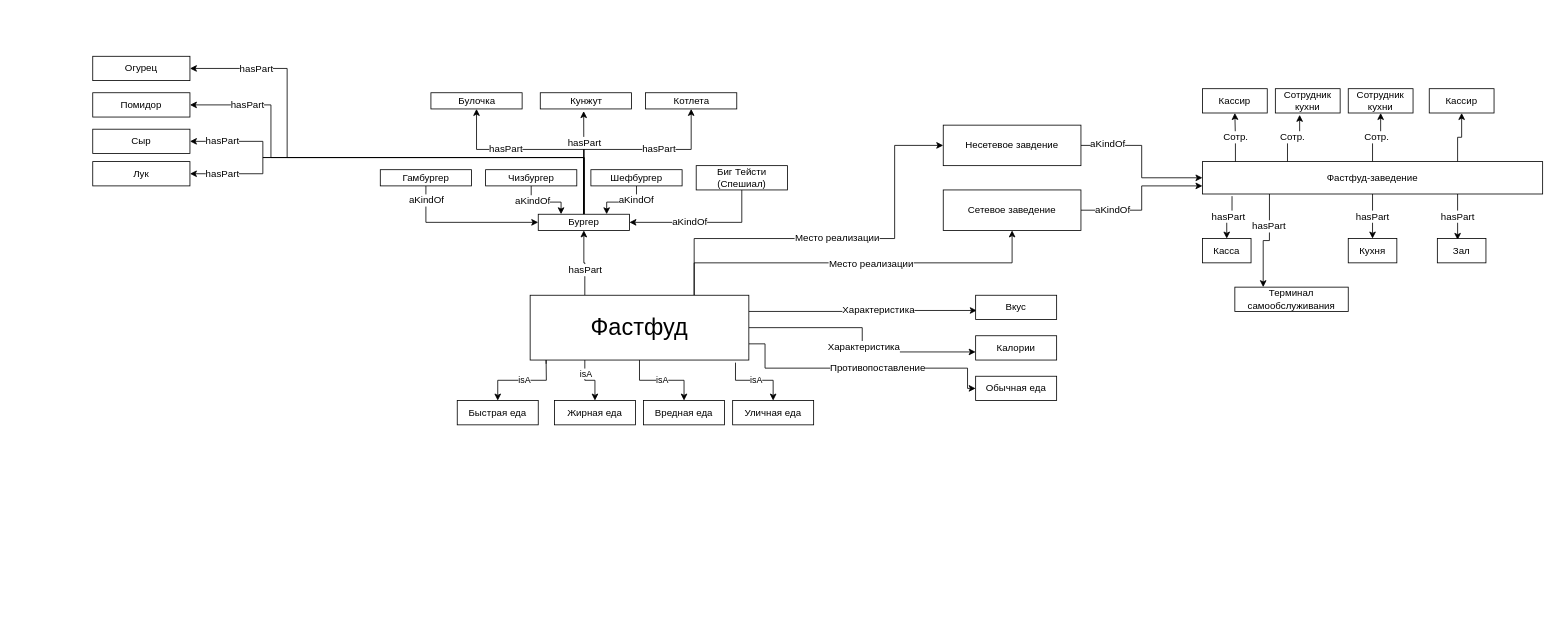
Earlier version of the draw.io diagram diagrams/Фастфуд - семантическая сеть.drawio (rusvlp/UML). Source tidied: cells renumbered, new cells numbered last; positions are measured from the earlier drawing's top-left corner, leaving out a move shared by most shapes. Both pictures are drawn from the tidied source at 81%, with x=0, y=0 at pixel (92, 56).
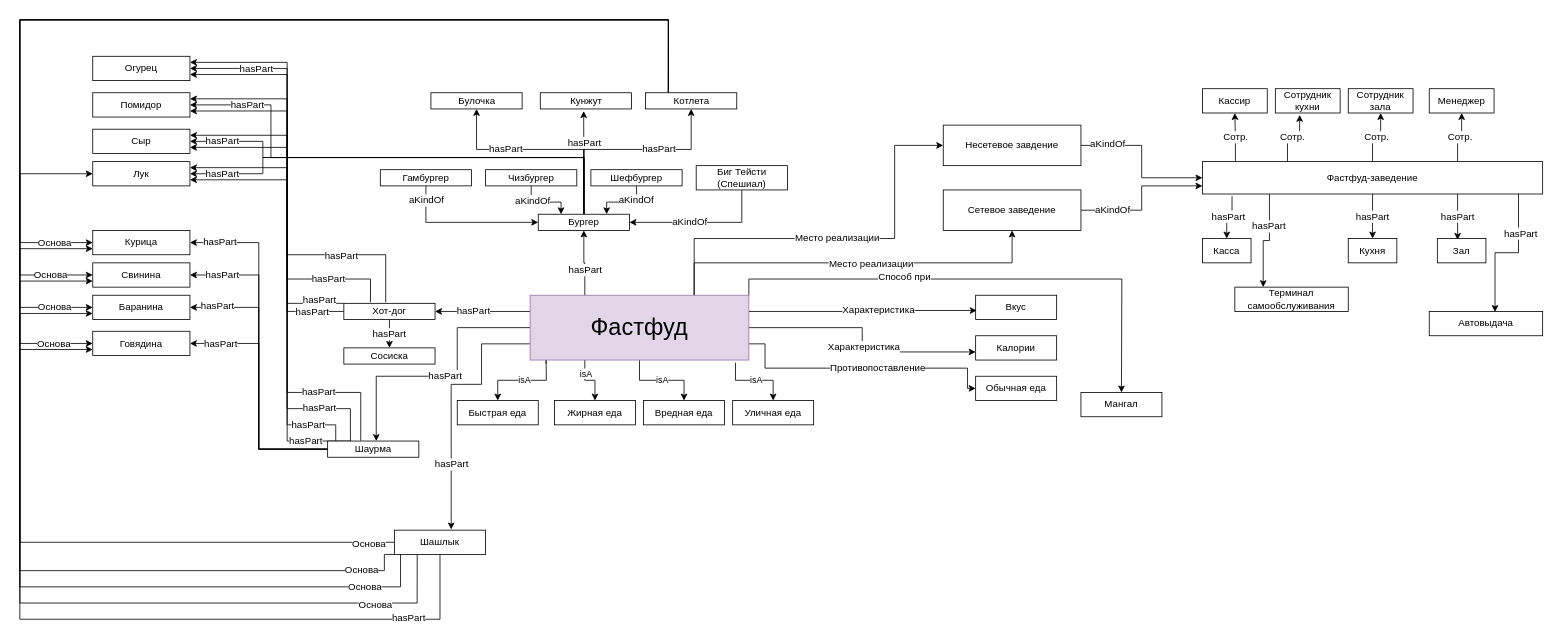
The same diagram, later.

The change refers to these unchanged cells:
```xml
<mxCell id="50" value="Котлета" style="rounded=0;whiteSpace=wrap;html=1;fontSize=12;" parent="1" vertex="1">
  <mxGeometry x="682.5" y="45" width="112.6" height="20" as="geometry" />
</mxCell>
<mxCell id="51" value="Огурец" style="rounded=0;whiteSpace=wrap;html=1;fontSize=12;" parent="1" vertex="1">
  <mxGeometry width="120" height="30" as="geometry" />
</mxCell>
<mxCell id="52" value="Помидор" style="rounded=0;whiteSpace=wrap;html=1;fontSize=12;" parent="1" vertex="1">
  <mxGeometry y="45" width="120" height="30" as="geometry" />
</mxCell>
<mxCell id="53" value="Сыр" style="rounded=0;whiteSpace=wrap;html=1;fontSize=12;" parent="1" vertex="1">
  <mxGeometry y="90" width="120" height="30" as="geometry" />
</mxCell>
<mxCell id="54" value="Лук" style="rounded=0;whiteSpace=wrap;html=1;fontSize=12;" parent="1" vertex="1">
  <mxGeometry y="130" width="120" height="30" as="geometry" />
</mxCell>
<mxCell id="69" value="Фастфуд-заведение" style="rounded=0;whiteSpace=wrap;html=1;fontSize=12;" parent="1" vertex="1">
  <mxGeometry x="1370" y="130" width="420" height="40" as="geometry" />
</mxCell>
```

Change to the diagram source:
```diff
@@
+    <mxCell id="78" style="edgeStyle=orthogonalEdgeStyle;rounded=0;jettySize=auto;html=1;exitX=0;exitY=0.25;exitDx=0;exitDy=0;fontSize=12;" parent="1" edge="1" source="18" target="101">
+      <mxGeometry relative="1" as="geometry" />
+    </mxCell>
+    <mxCell id="79" value="hasPart" style="edgeLabel;html=1;align=center;verticalAlign=middle;fontSize=12;" parent="78" vertex="1">
+      <mxGeometry x="0.21" y="-1" relative="1" as="geometry" />
+    </mxCell>
+    <mxCell id="80" value="hasPart" style="edgeStyle=orthogonalEdgeStyle;rounded=0;jettySize=auto;html=1;exitX=0;exitY=0.5;exitDx=0;exitDy=0;fontSize=12;" parent="1" edge="1" source="18" target="115">
+      <mxGeometry relative="1" as="geometry">
+        <Array as="points">
+          <mxPoint x="450" y="335" />
+          <mxPoint x="450" y="395" />
+          <mxPoint x="350" y="395" />
+        </Array>
+      </mxGeometry>
+    </mxCell>
+    <mxCell id="81" value="hasPart" style="edgeStyle=orthogonalEdgeStyle;rounded=0;jettySize=auto;html=1;exitX=0;exitY=0.75;exitDx=0;exitDy=0;fontSize=12;entryX=0.623;entryY=-0.027;entryDx=0;entryDy=0;entryPerimeter=0;" parent="1" edge="1" source="18" target="130">
+      <mxGeometry x="0.51" relative="1" as="geometry">
+        <Array as="points">
+          <mxPoint x="480" y="355" />
+          <mxPoint x="480" y="405" />
+          <mxPoint x="443" y="405" />
+        </Array>
+      </mxGeometry>
+    </mxCell>
+    <mxCell id="82" style="edgeStyle=orthogonalEdgeStyle;rounded=0;jettySize=auto;html=1;exitX=1;exitY=0;exitDx=0;exitDy=0;fontSize=12;" parent="1" edge="1" source="18">
+      <mxGeometry relative="1" as="geometry">
+        <mxPoint x="1270" y="415" as="targetPoint" />
+      </mxGeometry>
+    </mxCell>
+    <mxCell id="83" value="Способ при" style="edgeLabel;html=1;align=center;verticalAlign=middle;fontSize=12;" parent="82" vertex="1">
+      <mxGeometry x="-0.32" y="3" relative="1" as="geometry" />
+    </mxCell>
-    <mxCell id="18" value="&lt;font style=&quot;font-size: 29px;&quot;&gt;Фастфуд&lt;/font&gt;" style="rounded=0;whiteSpace=wrap;html=1;" parent="1" vertex="1">
+    <mxCell id="18" value="&lt;font style=&quot;font-size: 29px;&quot;&gt;Фастфуд&lt;/font&gt;" style="rounded=0;whiteSpace=wrap;html=1;fillColor=#e1d5e7;strokeColor=#9673a6;" parent="1" vertex="1">
       <mxGeometry x="540" y="295" width="270" height="80" as="geometry" />
     </mxCell>
@@
+    <mxCell id="84" style="edgeStyle=orthogonalEdgeStyle;rounded=0;jettySize=auto;html=1;exitX=0.25;exitY=0;exitDx=0;exitDy=0;entryX=0;entryY=0.5;entryDx=0;entryDy=0;fontSize=12;" parent="1" edge="1" source="50" target="116">
+      <mxGeometry relative="1" as="geometry">
+        <Array as="points">
+          <mxPoint x="711" y="-45" />
+          <mxPoint x="-90" y="-45" />
+          <mxPoint x="-90" y="230" />
+        </Array>
+      </mxGeometry>
+    </mxCell>
+    <mxCell id="85" value="Основа" style="edgeLabel;html=1;align=center;verticalAlign=middle;fontSize=12;" parent="84" vertex="1">
+      <mxGeometry x="0.88" y="-2" relative="1" as="geometry">
+        <mxPoint x="28" y="-2" as="offset" />
+      </mxGeometry>
+    </mxCell>
+    <mxCell id="86" value="Основа" style="edgeStyle=orthogonalEdgeStyle;rounded=0;jettySize=auto;html=1;exitX=0.25;exitY=0;exitDx=0;exitDy=0;entryX=0;entryY=0.5;entryDx=0;entryDy=0;fontSize=12;" parent="1" edge="1" source="50" target="117">
+      <mxGeometry x="0.92" relative="1" as="geometry">
+        <Array as="points">
+          <mxPoint x="711" y="-45" />
+          <mxPoint x="-90" y="-45" />
+          <mxPoint x="-90" y="270" />
+        </Array>
+      </mxGeometry>
+    </mxCell>
+    <mxCell id="87" value="Основа" style="edgeStyle=orthogonalEdgeStyle;rounded=0;jettySize=auto;html=1;exitX=0.25;exitY=0;exitDx=0;exitDy=0;entryX=0;entryY=0.5;entryDx=0;entryDy=0;fontSize=12;" parent="1" edge="1" source="50" target="118">
+      <mxGeometry x="0.93" relative="1" as="geometry">
+        <Array as="points">
+          <mxPoint x="711" y="-45" />
+          <mxPoint x="-90" y="-45" />
+          <mxPoint x="-90" y="310" />
+        </Array>
+      </mxGeometry>
+    </mxCell>
+    <mxCell id="88" style="edgeStyle=orthogonalEdgeStyle;rounded=0;jettySize=auto;html=1;exitX=0.25;exitY=0;exitDx=0;exitDy=0;entryX=0;entryY=0.5;entryDx=0;entryDy=0;fontSize=12;" parent="1" edge="1" source="50" target="119">
+      <mxGeometry relative="1" as="geometry">
+        <Array as="points">
+          <mxPoint x="711" y="-45" />
+          <mxPoint x="-90" y="-45" />
+          <mxPoint x="-90" y="354" />
+        </Array>
+      </mxGeometry>
+    </mxCell>
+    <mxCell id="89" value="Основа" style="edgeLabel;html=1;align=center;verticalAlign=middle;fontSize=12;" parent="88" vertex="1">
+      <mxGeometry x="0.02" y="-2" relative="1" as="geometry">
+        <mxPoint x="-145" y="401" as="offset" />
+      </mxGeometry>
+    </mxCell>
@@
-    <mxCell id="68" style="edgeStyle=orthogonalEdgeStyle;rounded=0;jettySize=auto;html=1;exitX=0.75;exitY=0;exitDx=0;exitDy=0;fontSize=12;" parent="1" edge="1" source="69" target="77">
+    <mxCell id="68" value="Сотр." style="edgeStyle=orthogonalEdgeStyle;rounded=0;jettySize=auto;html=1;exitX=0.75;exitY=0;exitDx=0;exitDy=0;fontSize=12;" parent="1" edge="1" source="69" target="77">
       <mxGeometry relative="1" as="geometry" />
     </mxCell>
+    <mxCell id="90" style="edgeStyle=orthogonalEdgeStyle;rounded=0;jettySize=auto;html=1;exitX=0.929;exitY=0.995;exitDx=0;exitDy=0;fontSize=12;exitPerimeter=0;entryX=0.58;entryY=0.022;entryDx=0;entryDy=0;entryPerimeter=0;" parent="1" edge="1" source="69" target="92">
+      <mxGeometry relative="1" as="geometry" />
+    </mxCell>
+    <mxCell id="91" value="hasPart" style="edgeLabel;html=1;align=center;verticalAlign=middle;fontSize=12;" parent="90" vertex="1">
+      <mxGeometry x="-0.44" y="2" relative="1" as="geometry" />
+    </mxCell>
@@
-    <mxCell id="76" value="Сотрудник кухни" style="rounded=0;whiteSpace=wrap;html=1;fontSize=12;" parent="1" vertex="1">
+    <mxCell id="76" value="Сотрудник зала" style="rounded=0;whiteSpace=wrap;html=1;fontSize=12;" parent="1" vertex="1">
       <mxGeometry x="1550" y="40" width="80" height="30" as="geometry" />
     </mxCell>
-    <mxCell id="77" value="Кассир" style="rounded=0;whiteSpace=wrap;html=1;fontSize=12;" parent="1" vertex="1">
+    <mxCell id="77" value="Менеджер" style="rounded=0;whiteSpace=wrap;html=1;fontSize=12;" parent="1" vertex="1">
       <mxGeometry x="1650" y="40" width="80" height="30" as="geometry" />
     </mxCell>
+    <mxCell id="92" value="Автовыдача" style="rounded=0;whiteSpace=wrap;html=1;fontSize=12;" parent="1" vertex="1">
+      <mxGeometry x="1650" y="315" width="140" height="30" as="geometry" />
+    </mxCell>
+    <mxCell id="93" value="hasPart" style="edgeStyle=orthogonalEdgeStyle;rounded=0;jettySize=auto;html=1;exitX=0.5;exitY=1;exitDx=0;exitDy=0;fontSize=12;entryX=0.5;entryY=0;entryDx=0;entryDy=0;" parent="1" edge="1" source="101" target="102">
+      <mxGeometry relative="1" as="geometry" />
+    </mxCell>
+    <mxCell id="94" style="edgeStyle=orthogonalEdgeStyle;rounded=0;jettySize=auto;html=1;exitX=0;exitY=0.5;exitDx=0;exitDy=0;entryX=1;entryY=0.75;entryDx=0;entryDy=0;fontSize=12;" parent="1" edge="1" source="101" target="51">
+      <mxGeometry relative="1" as="geometry">
+        <Array as="points">
+          <mxPoint x="240" y="315" />
+          <mxPoint x="240" y="23" />
+        </Array>
+      </mxGeometry>
+    </mxCell>
+    <mxCell id="95" value="hasPart" style="edgeLabel;html=1;align=center;verticalAlign=middle;fontSize=12;" parent="94" vertex="1">
+      <mxGeometry x="-0.92" relative="1" as="geometry">
+        <mxPoint x="-21" as="offset" />
+      </mxGeometry>
+    </mxCell>
+    <mxCell id="96" style="edgeStyle=orthogonalEdgeStyle;rounded=0;jettySize=auto;html=1;exitX=0;exitY=0;exitDx=0;exitDy=0;entryX=1;entryY=0.75;entryDx=0;entryDy=0;fontSize=12;" parent="1" edge="1" source="101" target="52">
+      <mxGeometry relative="1" as="geometry">
+        <Array as="points">
+          <mxPoint x="240" y="305" />
+          <mxPoint x="240" y="68" />
+        </Array>
+      </mxGeometry>
+    </mxCell>
+    <mxCell id="97" value="hasPart&lt;br&gt;" style="edgeLabel;html=1;align=center;verticalAlign=middle;fontSize=12;" parent="96" vertex="1">
+      <mxGeometry x="-0.86" y="-1" relative="1" as="geometry">
+        <mxPoint y="-4" as="offset" />
+      </mxGeometry>
+    </mxCell>
+    <mxCell id="98" value="hasPart" style="edgeStyle=orthogonalEdgeStyle;rounded=0;jettySize=auto;html=1;exitX=0.292;exitY=-0.061;exitDx=0;exitDy=0;entryX=1;entryY=0.75;entryDx=0;entryDy=0;fontSize=12;exitPerimeter=0;" parent="1" edge="1" source="101" target="53">
+      <mxGeometry x="-0.61" relative="1" as="geometry">
+        <Array as="points">
+          <mxPoint x="343" y="275" />
+          <mxPoint x="240" y="275" />
+          <mxPoint x="240" y="113" />
+        </Array>
+      </mxGeometry>
+    </mxCell>
+    <mxCell id="99" style="edgeStyle=orthogonalEdgeStyle;rounded=0;jettySize=auto;html=1;exitX=0.459;exitY=-0.061;exitDx=0;exitDy=0;entryX=1;entryY=0.75;entryDx=0;entryDy=0;fontSize=12;exitPerimeter=0;" parent="1" edge="1" source="101" target="54">
+      <mxGeometry relative="1" as="geometry">
+        <Array as="points">
+          <mxPoint x="362" y="245" />
+          <mxPoint x="240" y="245" />
+          <mxPoint x="240" y="153" />
+        </Array>
+      </mxGeometry>
+    </mxCell>
+    <mxCell id="100" value="hasPart" style="edgeLabel;html=1;align=center;verticalAlign=middle;fontSize=12;" parent="99" vertex="1">
+      <mxGeometry x="-0.42" y="1" relative="1" as="geometry" />
+    </mxCell>
+    <mxCell id="101" value="Хот-дог" style="rounded=0;whiteSpace=wrap;html=1;fontSize=12;" parent="1" vertex="1">
+      <mxGeometry x="310" y="305" width="112.6" height="20" as="geometry" />
+    </mxCell>
+    <mxCell id="102" value="Сосиска" style="rounded=0;whiteSpace=wrap;html=1;fontSize=12;" parent="1" vertex="1">
+      <mxGeometry x="310" y="360" width="112.6" height="20" as="geometry" />
+    </mxCell>
+    <mxCell id="103" style="edgeStyle=orthogonalEdgeStyle;rounded=0;jettySize=auto;html=1;exitX=0;exitY=0.5;exitDx=0;exitDy=0;entryX=1;entryY=0.5;entryDx=0;entryDy=0;fontSize=12;" parent="1" edge="1" source="115" target="119">
+      <mxGeometry relative="1" as="geometry" />
+    </mxCell>
+    <mxCell id="104" value="hasPart" style="edgeLabel;html=1;align=center;verticalAlign=middle;fontSize=12;" parent="103" vertex="1">
+      <mxGeometry x="0.75" relative="1" as="geometry" />
+    </mxCell>
+    <mxCell id="105" style="edgeStyle=orthogonalEdgeStyle;rounded=0;jettySize=auto;html=1;exitX=0;exitY=0.5;exitDx=0;exitDy=0;entryX=1;entryY=0.5;entryDx=0;entryDy=0;fontSize=12;" parent="1" edge="1" source="115" target="118">
+      <mxGeometry relative="1" as="geometry" />
+    </mxCell>
+    <mxCell id="106" value="hasPart" style="edgeLabel;html=1;align=center;verticalAlign=middle;fontSize=12;" parent="105" vertex="1">
+      <mxGeometry x="0.81" y="-2" relative="1" as="geometry" />
+    </mxCell>
+    <mxCell id="107" value="hasPart" style="edgeStyle=orthogonalEdgeStyle;rounded=0;jettySize=auto;html=1;exitX=0;exitY=0.5;exitDx=0;exitDy=0;entryX=1;entryY=0.5;entryDx=0;entryDy=0;fontSize=12;" parent="1" edge="1" source="115" target="117">
+      <mxGeometry x="0.79" relative="1" as="geometry" />
+    </mxCell>
+    <mxCell id="108" style="edgeStyle=orthogonalEdgeStyle;rounded=0;jettySize=auto;html=1;exitX=0;exitY=0.5;exitDx=0;exitDy=0;entryX=1;entryY=0.5;entryDx=0;entryDy=0;fontSize=12;" parent="1" edge="1" source="115" target="116">
+      <mxGeometry relative="1" as="geometry" />
+    </mxCell>
+    <mxCell id="109" value="hasPart" style="edgeLabel;html=1;align=center;verticalAlign=middle;fontSize=12;" parent="108" vertex="1">
+      <mxGeometry x="0.83" y="-1" relative="1" as="geometry" />
+    </mxCell>
+    <mxCell id="110" style="edgeStyle=orthogonalEdgeStyle;rounded=0;jettySize=auto;html=1;exitX=0.25;exitY=0;exitDx=0;exitDy=0;entryX=1;entryY=0.25;entryDx=0;entryDy=0;fontSize=12;" parent="1" edge="1" source="115" target="54">
+      <mxGeometry relative="1" as="geometry">
+        <Array as="points">
+          <mxPoint x="240" y="475" />
+          <mxPoint x="240" y="138" />
+        </Array>
+      </mxGeometry>
+    </mxCell>
+    <mxCell id="111" value="hasPart" style="edgeLabel;html=1;align=center;verticalAlign=middle;fontSize=12;" parent="110" vertex="1">
+      <mxGeometry x="-0.79" y="-1" relative="1" as="geometry" />
+    </mxCell>
+    <mxCell id="112" value="hasPart" style="edgeStyle=orthogonalEdgeStyle;rounded=0;jettySize=auto;html=1;exitX=0.099;exitY=0.057;exitDx=0;exitDy=0;entryX=1;entryY=0.25;entryDx=0;entryDy=0;fontSize=12;exitPerimeter=0;" parent="1" edge="1" source="115" target="53">
+      <mxGeometry x="-0.8" relative="1" as="geometry">
+        <Array as="points">
+          <mxPoint x="300" y="476" />
+          <mxPoint x="300" y="455" />
+          <mxPoint x="240" y="455" />
+          <mxPoint x="240" y="98" />
+        </Array>
+      </mxGeometry>
+    </mxCell>
+    <mxCell id="113" value="hasPart" style="edgeStyle=orthogonalEdgeStyle;rounded=0;jettySize=auto;html=1;exitX=0.25;exitY=0;exitDx=0;exitDy=0;entryX=1;entryY=0.25;entryDx=0;entryDy=0;fontSize=12;" parent="1" edge="1" source="115" target="52">
+      <mxGeometry x="-0.75" relative="1" as="geometry">
+        <Array as="points">
+          <mxPoint x="318" y="435" />
+          <mxPoint x="240" y="435" />
+          <mxPoint x="240" y="52" />
+        </Array>
+      </mxGeometry>
+    </mxCell>
+    <mxCell id="114" value="hasPart" style="edgeStyle=orthogonalEdgeStyle;rounded=0;jettySize=auto;html=1;exitX=0.363;exitY=-0.019;exitDx=0;exitDy=0;entryX=1;entryY=0.25;entryDx=0;entryDy=0;fontSize=12;exitPerimeter=0;" parent="1" edge="1" source="115" target="51">
+      <mxGeometry x="-0.67" relative="1" as="geometry">
+        <Array as="points">
+          <mxPoint x="331" y="415" />
+          <mxPoint x="240" y="415" />
+          <mxPoint x="240" y="8" />
+        </Array>
+      </mxGeometry>
+    </mxCell>
+    <mxCell id="115" value="Шаурма" style="rounded=0;whiteSpace=wrap;html=1;fontSize=12;" parent="1" vertex="1">
+      <mxGeometry x="290" y="475" width="112.6" height="20" as="geometry" />
+    </mxCell>
+    <mxCell id="116" value="Курица" style="rounded=0;whiteSpace=wrap;html=1;fontSize=12;" parent="1" vertex="1">
+      <mxGeometry y="215" width="120" height="30" as="geometry" />
+    </mxCell>
+    <mxCell id="117" value="Свинина" style="rounded=0;whiteSpace=wrap;html=1;fontSize=12;" parent="1" vertex="1">
+      <mxGeometry y="255" width="120" height="30" as="geometry" />
+    </mxCell>
+    <mxCell id="118" value="Баранина" style="rounded=0;whiteSpace=wrap;html=1;fontSize=12;" parent="1" vertex="1">
+      <mxGeometry y="295" width="120" height="30" as="geometry" />
+    </mxCell>
+    <mxCell id="119" value="Говядина" style="rounded=0;whiteSpace=wrap;html=1;fontSize=12;" parent="1" vertex="1">
+      <mxGeometry y="339.5" width="120" height="30" as="geometry" />
+    </mxCell>
+    <mxCell id="120" style="edgeStyle=orthogonalEdgeStyle;rounded=0;jettySize=auto;html=1;exitX=0;exitY=0.5;exitDx=0;exitDy=0;entryX=0;entryY=0.75;entryDx=0;entryDy=0;fontSize=12;" parent="1" edge="1" source="130" target="119">
+      <mxGeometry relative="1" as="geometry">
+        <Array as="points">
+          <mxPoint x="-90" y="600" />
+          <mxPoint x="-90" y="362" />
+        </Array>
+      </mxGeometry>
+    </mxCell>
+    <mxCell id="121" value="Основа" style="edgeLabel;html=1;align=center;verticalAlign=middle;fontSize=12;" parent="120" vertex="1">
+      <mxGeometry x="-0.92" y="1" relative="1" as="geometry" />
+    </mxCell>
+    <mxCell id="122" style="edgeStyle=orthogonalEdgeStyle;rounded=0;jettySize=auto;html=1;exitX=0;exitY=1;exitDx=0;exitDy=0;entryX=0;entryY=0.75;entryDx=0;entryDy=0;fontSize=12;" parent="1" edge="1" source="130" target="118">
+      <mxGeometry relative="1" as="geometry">
+        <Array as="points">
+          <mxPoint x="360" y="615" />
+          <mxPoint x="360" y="635" />
+          <mxPoint x="-90" y="635" />
+          <mxPoint x="-90" y="318" />
+        </Array>
+      </mxGeometry>
+    </mxCell>
+    <mxCell id="123" value="Основа" style="edgeLabel;html=1;align=center;verticalAlign=middle;fontSize=12;" parent="122" vertex="1">
+      <mxGeometry x="-0.46" y="-2" relative="1" as="geometry">
+        <mxPoint x="179" as="offset" />
+      </mxGeometry>
+    </mxCell>
+    <mxCell id="124" style="edgeStyle=orthogonalEdgeStyle;rounded=0;jettySize=auto;html=1;exitX=0.057;exitY=1.006;exitDx=0;exitDy=0;entryX=0;entryY=0.75;entryDx=0;entryDy=0;fontSize=12;exitPerimeter=0;" parent="1" edge="1" source="130" target="117">
+      <mxGeometry relative="1" as="geometry">
+        <Array as="points">
+          <mxPoint x="380" y="615" />
+          <mxPoint x="380" y="655" />
+          <mxPoint x="-90" y="655" />
+          <mxPoint x="-90" y="278" />
+        </Array>
+      </mxGeometry>
+    </mxCell>
+    <mxCell id="125" value="Основа" style="edgeLabel;html=1;align=center;verticalAlign=middle;fontSize=12;" parent="124" vertex="1">
+      <mxGeometry x="-0.58" relative="1" as="geometry">
+        <mxPoint x="120" as="offset" />
+      </mxGeometry>
+    </mxCell>
+    <mxCell id="126" style="edgeStyle=orthogonalEdgeStyle;rounded=0;jettySize=auto;html=1;exitX=0.25;exitY=1;exitDx=0;exitDy=0;entryX=0;entryY=0.75;entryDx=0;entryDy=0;fontSize=12;" parent="1" edge="1" source="130" target="116">
+      <mxGeometry relative="1" as="geometry">
+        <Array as="points">
+          <mxPoint x="401" y="675" />
+          <mxPoint x="-90" y="675" />
+          <mxPoint x="-90" y="238" />
+        </Array>
+      </mxGeometry>
+    </mxCell>
+    <mxCell id="127" value="Основа" style="edgeLabel;html=1;align=center;verticalAlign=middle;fontSize=12;" parent="126" vertex="1">
+      <mxGeometry x="-0.56" y="2" relative="1" as="geometry">
+        <mxPoint x="125" as="offset" />
+      </mxGeometry>
+    </mxCell>
+    <mxCell id="128" style="edgeStyle=orthogonalEdgeStyle;rounded=0;jettySize=auto;html=1;exitX=0.5;exitY=1;exitDx=0;exitDy=0;entryX=0;entryY=0.5;entryDx=0;entryDy=0;fontSize=12;" parent="1" edge="1" source="130" target="54">
+      <mxGeometry relative="1" as="geometry">
+        <Array as="points">
+          <mxPoint x="429" y="695" />
+          <mxPoint x="-90" y="695" />
+          <mxPoint x="-90" y="145" />
+        </Array>
+      </mxGeometry>
+    </mxCell>
+    <mxCell id="129" value="hasPart" style="edgeLabel;html=1;align=center;verticalAlign=middle;fontSize=12;" parent="128" vertex="1">
+      <mxGeometry x="-0.43" y="-2" relative="1" as="geometry">
+        <mxPoint x="234" as="offset" />
+      </mxGeometry>
+    </mxCell>
+    <mxCell id="130" value="Шашлык" style="rounded=0;whiteSpace=wrap;html=1;fontSize=12;" parent="1" vertex="1">
+      <mxGeometry x="372.4" y="585" width="112.6" height="30" as="geometry" />
+    </mxCell>
+    <mxCell id="131" value="Мангал" style="rounded=0;whiteSpace=wrap;html=1;" parent="1" vertex="1">
+      <mxGeometry x="1220" y="415" width="100" height="30" as="geometry" />
+    </mxCell>
```
